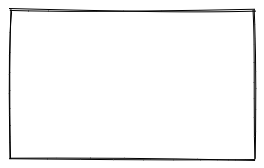
Before: test.excalidraw.png, a diagram exported from Excalidraw (pomdtr/wiki). Source tidied: one line per element, renumbered; positions are measured from the earlier drawing's top-left corner, leaving out a move shared by most shapes. Source of this version:
```json
{"id": 0, "type": "rectangle", "strokeColor": "#000000", "strokeWidth": 1, "roughness": 1, "x": 0, "y": 0, "width": 245, "height": 149}
```
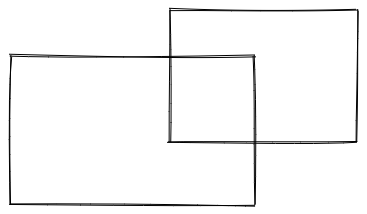
The same diagram one commit later.

Diff of the diagram source:
```diff
@@ -1,1 +1,2 @@
 {"id": 0, "type": "rectangle", "strokeColor": "#000000", "strokeWidth": 1, "roughness": 1, "x": 0, "y": 0, "width": 245, "height": 149}
+{"id": 1, "type": "rectangle", "strokeColor": "#000000", "strokeWidth": 1, "roughness": 1, "x": 159, "y": -46, "width": 189, "height": 132}
```
